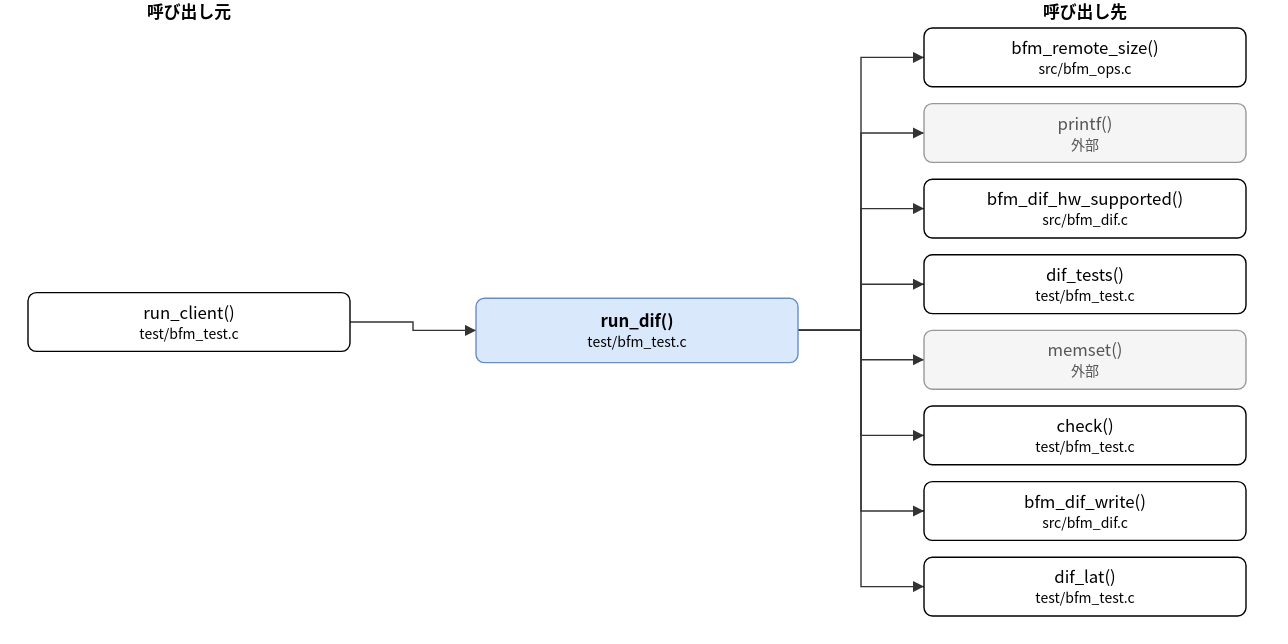
Before: doc/spec/images/call_test_bfm_test-run_dif.drawio.svg, a diagram exported from draw.io (hf355051012-ai/bfmem). Source tidied: cells renumbered, new cells last; positions are measured from the earlier drawing's top-left corner, leaving out a move shared by most shapes.
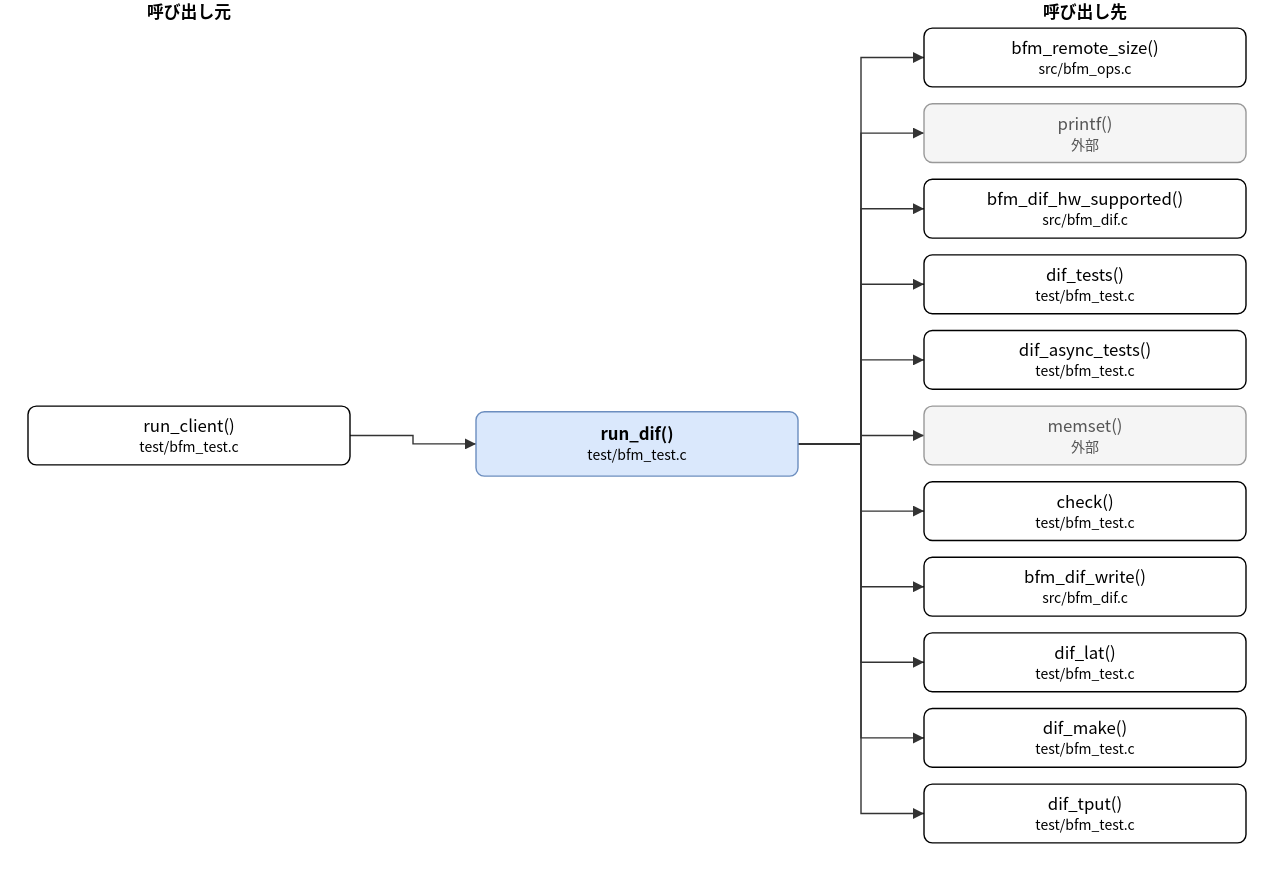
After the commit.

What changed in the source:
```diff
@@ -3,10 +3,10 @@
     <mxCell id="0" />
     <mxCell id="1" parent="0" />
     <mxCell id="2" value="run_dif()&lt;br&gt;&lt;font style=&quot;font-size:10px&quot;&gt;test/bfm_test.c&lt;/font&gt;" style="rounded=1;whiteSpace=wrap;html=1;fillColor=#dae8fc;strokeColor=#6c8ebf;fontStyle=1;" parent="1" vertex="1">
-      <mxGeometry x="320" y="213" width="230" height="46" as="geometry" />
+      <mxGeometry x="320" y="294" width="230" height="46" as="geometry" />
     </mxCell>
     <mxCell id="3" value="run_client()&lt;br&gt;&lt;font style=&quot;font-size:10px&quot;&gt;test/bfm_test.c&lt;/font&gt;" style="rounded=1;whiteSpace=wrap;html=1;" parent="1" vertex="1">
-      <mxGeometry y="209" width="230" height="42" as="geometry" />
+      <mxGeometry y="290" width="230" height="42" as="geometry" />
     </mxCell>
     <mxCell id="4" value="bfm_remote_size()&lt;br&gt;&lt;font style=&quot;font-size:10px&quot;&gt;src/bfm_ops.c&lt;/font&gt;" style="rounded=1;whiteSpace=wrap;html=1;" parent="1" vertex="1">
       <mxGeometry x="640" y="20" width="230" height="42" as="geometry" />
@@ -20,30 +20,39 @@
     <mxCell id="7" value="dif_tests()&lt;br&gt;&lt;font style=&quot;font-size:10px&quot;&gt;test/bfm_test.c&lt;/font&gt;" style="rounded=1;whiteSpace=wrap;html=1;" parent="1" vertex="1">
       <mxGeometry x="640" y="182" width="230" height="42" as="geometry" />
     </mxCell>
-    <mxCell id="8" value="memset()&lt;br&gt;&lt;font style=&quot;font-size:10px&quot;&gt;外部&lt;/font&gt;" style="rounded=1;whiteSpace=wrap;html=1;fillColor=#f5f5f5;strokeColor=#999999;fontColor=#555555;" parent="1" vertex="1">
+    <mxCell id="8" value="dif_async_tests()&lt;br&gt;&lt;font style=&quot;font-size:10px&quot;&gt;test/bfm_test.c&lt;/font&gt;" style="rounded=1;whiteSpace=wrap;html=1;" parent="1" vertex="1">
       <mxGeometry x="640" y="236" width="230" height="42" as="geometry" />
     </mxCell>
-    <mxCell id="9" value="check()&lt;br&gt;&lt;font style=&quot;font-size:10px&quot;&gt;test/bfm_test.c&lt;/font&gt;" style="rounded=1;whiteSpace=wrap;html=1;" parent="1" vertex="1">
+    <mxCell id="9" value="memset()&lt;br&gt;&lt;font style=&quot;font-size:10px&quot;&gt;外部&lt;/font&gt;" style="rounded=1;whiteSpace=wrap;html=1;fillColor=#f5f5f5;strokeColor=#999999;fontColor=#555555;" parent="1" vertex="1">
       <mxGeometry x="640" y="290" width="230" height="42" as="geometry" />
     </mxCell>
-    <mxCell id="10" value="bfm_dif_write()&lt;br&gt;&lt;font style=&quot;font-size:10px&quot;&gt;src/bfm_dif.c&lt;/font&gt;" style="rounded=1;whiteSpace=wrap;html=1;" parent="1" vertex="1">
+    <mxCell id="10" value="check()&lt;br&gt;&lt;font style=&quot;font-size:10px&quot;&gt;test/bfm_test.c&lt;/font&gt;" style="rounded=1;whiteSpace=wrap;html=1;" parent="1" vertex="1">
       <mxGeometry x="640" y="344" width="230" height="42" as="geometry" />
     </mxCell>
-    <mxCell id="11" value="dif_lat()&lt;br&gt;&lt;font style=&quot;font-size:10px&quot;&gt;test/bfm_test.c&lt;/font&gt;" style="rounded=1;whiteSpace=wrap;html=1;" parent="1" vertex="1">
+    <mxCell id="11" value="bfm_dif_write()&lt;br&gt;&lt;font style=&quot;font-size:10px&quot;&gt;src/bfm_dif.c&lt;/font&gt;" style="rounded=1;whiteSpace=wrap;html=1;" parent="1" vertex="1">
       <mxGeometry x="640" y="398" width="230" height="42" as="geometry" />
     </mxCell>
+    <mxCell id="23" value="dif_lat()&lt;br&gt;&lt;font style=&quot;font-size:10px&quot;&gt;test/bfm_test.c&lt;/font&gt;" style="rounded=1;whiteSpace=wrap;html=1;" parent="1" vertex="1">
+      <mxGeometry x="640" y="452" width="230" height="42" as="geometry" />
+    </mxCell>
+    <mxCell id="24" value="dif_make()&lt;br&gt;&lt;font style=&quot;font-size:10px&quot;&gt;test/bfm_test.c&lt;/font&gt;" style="rounded=1;whiteSpace=wrap;html=1;" parent="1" vertex="1">
+      <mxGeometry x="640" y="506" width="230" height="42" as="geometry" />
+    </mxCell>
+    <mxCell id="25" value="dif_tput()&lt;br&gt;&lt;font style=&quot;font-size:10px&quot;&gt;test/bfm_test.c&lt;/font&gt;" style="rounded=1;whiteSpace=wrap;html=1;" parent="1" vertex="1">
+      <mxGeometry x="640" y="560" width="230" height="42" as="geometry" />
+    </mxCell>
     <mxCell id="12" style="edgeStyle=none;html=1;rounded=0;endArrow=block;endFill=1;exitX=1.0000;exitY=0.5000;exitDx=0;exitDy=0;exitPerimeter=0;entryX=0.0000;entryY=0.5000;entryDx=0;entryDy=0;entryPerimeter=0;" parent="1" edge="1" source="3" target="2">
       <mxGeometry relative="1" as="geometry">
         <Array as="points">
-          <mxPoint x="275" y="230" />
-          <mxPoint x="275" y="236" />
+          <mxPoint x="275" y="311" />
+          <mxPoint x="275" y="317" />
         </Array>
       </mxGeometry>
     </mxCell>
     <mxCell id="13" style="edgeStyle=none;html=1;rounded=0;endArrow=block;endFill=1;exitX=1.0000;exitY=0.5000;exitDx=0;exitDy=0;exitPerimeter=0;entryX=0.0000;entryY=0.5000;entryDx=0;entryDy=0;entryPerimeter=0;" parent="1" edge="1" source="2" target="4">
       <mxGeometry relative="1" as="geometry">
         <Array as="points">
-          <mxPoint x="595" y="236" />
+          <mxPoint x="595" y="317" />
           <mxPoint x="595" y="41" />
         </Array>
       </mxGeometry>
@@ -51,7 +60,7 @@
     <mxCell id="14" style="edgeStyle=none;html=1;rounded=0;endArrow=block;endFill=1;exitX=1.0000;exitY=0.5000;exitDx=0;exitDy=0;exitPerimeter=0;entryX=0.0000;entryY=0.5000;entryDx=0;entryDy=0;entryPerimeter=0;" parent="1" edge="1" source="2" target="5">
       <mxGeometry relative="1" as="geometry">
         <Array as="points">
-          <mxPoint x="595" y="236" />
+          <mxPoint x="595" y="317" />
           <mxPoint x="595" y="95" />
         </Array>
       </mxGeometry>
@@ -59,7 +68,7 @@
     <mxCell id="15" style="edgeStyle=none;html=1;rounded=0;endArrow=block;endFill=1;exitX=1.0000;exitY=0.5000;exitDx=0;exitDy=0;exitPerimeter=0;entryX=0.0000;entryY=0.5000;entryDx=0;entryDy=0;entryPerimeter=0;" parent="1" edge="1" source="2" target="6">
       <mxGeometry relative="1" as="geometry">
         <Array as="points">
-          <mxPoint x="595" y="236" />
+          <mxPoint x="595" y="317" />
           <mxPoint x="595" y="149" />
         </Array>
       </mxGeometry>
@@ -67,7 +76,7 @@
     <mxCell id="16" style="edgeStyle=none;html=1;rounded=0;endArrow=block;endFill=1;exitX=1.0000;exitY=0.5000;exitDx=0;exitDy=0;exitPerimeter=0;entryX=0.0000;entryY=0.5000;entryDx=0;entryDy=0;entryPerimeter=0;" parent="1" edge="1" source="2" target="7">
       <mxGeometry relative="1" as="geometry">
         <Array as="points">
-          <mxPoint x="595" y="236" />
+          <mxPoint x="595" y="317" />
           <mxPoint x="595" y="203" />
         </Array>
       </mxGeometry>
@@ -75,7 +84,7 @@
     <mxCell id="17" style="edgeStyle=none;html=1;rounded=0;endArrow=block;endFill=1;exitX=1.0000;exitY=0.5000;exitDx=0;exitDy=0;exitPerimeter=0;entryX=0.0000;entryY=0.5000;entryDx=0;entryDy=0;entryPerimeter=0;" parent="1" edge="1" source="2" target="8">
       <mxGeometry relative="1" as="geometry">
         <Array as="points">
-          <mxPoint x="595" y="236" />
+          <mxPoint x="595" y="317" />
           <mxPoint x="595" y="257" />
         </Array>
       </mxGeometry>
@@ -83,7 +92,7 @@
     <mxCell id="18" style="edgeStyle=none;html=1;rounded=0;endArrow=block;endFill=1;exitX=1.0000;exitY=0.5000;exitDx=0;exitDy=0;exitPerimeter=0;entryX=0.0000;entryY=0.5000;entryDx=0;entryDy=0;entryPerimeter=0;" parent="1" edge="1" source="2" target="9">
       <mxGeometry relative="1" as="geometry">
         <Array as="points">
-          <mxPoint x="595" y="236" />
+          <mxPoint x="595" y="317" />
           <mxPoint x="595" y="311" />
         </Array>
       </mxGeometry>
@@ -91,7 +100,7 @@
     <mxCell id="19" style="edgeStyle=none;html=1;rounded=0;endArrow=block;endFill=1;exitX=1.0000;exitY=0.5000;exitDx=0;exitDy=0;exitPerimeter=0;entryX=0.0000;entryY=0.5000;entryDx=0;entryDy=0;entryPerimeter=0;" parent="1" edge="1" source="2" target="10">
       <mxGeometry relative="1" as="geometry">
         <Array as="points">
-          <mxPoint x="595" y="236" />
+          <mxPoint x="595" y="317" />
           <mxPoint x="595" y="365" />
         </Array>
       </mxGeometry>
@@ -99,11 +108,35 @@
     <mxCell id="20" style="edgeStyle=none;html=1;rounded=0;endArrow=block;endFill=1;exitX=1.0000;exitY=0.5000;exitDx=0;exitDy=0;exitPerimeter=0;entryX=0.0000;entryY=0.5000;entryDx=0;entryDy=0;entryPerimeter=0;" parent="1" edge="1" source="2" target="11">
       <mxGeometry relative="1" as="geometry">
         <Array as="points">
-          <mxPoint x="595" y="236" />
+          <mxPoint x="595" y="317" />
           <mxPoint x="595" y="419" />
         </Array>
       </mxGeometry>
     </mxCell>
+    <mxCell id="26" style="edgeStyle=none;html=1;rounded=0;endArrow=block;endFill=1;exitX=1.0000;exitY=0.5000;exitDx=0;exitDy=0;exitPerimeter=0;entryX=0.0000;entryY=0.5000;entryDx=0;entryDy=0;entryPerimeter=0;" parent="1" edge="1" source="2" target="23">
+      <mxGeometry relative="1" as="geometry">
+        <Array as="points">
+          <mxPoint x="595" y="317" />
+          <mxPoint x="595" y="473" />
+        </Array>
+      </mxGeometry>
+    </mxCell>
+    <mxCell id="27" style="edgeStyle=none;html=1;rounded=0;endArrow=block;endFill=1;exitX=1.0000;exitY=0.5000;exitDx=0;exitDy=0;exitPerimeter=0;entryX=0.0000;entryY=0.5000;entryDx=0;entryDy=0;entryPerimeter=0;" parent="1" edge="1" source="2" target="24">
+      <mxGeometry relative="1" as="geometry">
+        <Array as="points">
+          <mxPoint x="595" y="317" />
+          <mxPoint x="595" y="527" />
+        </Array>
+      </mxGeometry>
+    </mxCell>
+    <mxCell id="28" style="edgeStyle=none;html=1;rounded=0;endArrow=block;endFill=1;exitX=1.0000;exitY=0.5000;exitDx=0;exitDy=0;exitPerimeter=0;entryX=0.0000;entryY=0.5000;entryDx=0;entryDy=0;entryPerimeter=0;" parent="1" edge="1" source="2" target="25">
+      <mxGeometry relative="1" as="geometry">
+        <Array as="points">
+          <mxPoint x="595" y="317" />
+          <mxPoint x="595" y="581" />
+        </Array>
+      </mxGeometry>
+    </mxCell>
     <mxCell id="21" value="呼び出し元" style="text;html=1;align=center;fontStyle=1;" parent="1" vertex="1">
       <mxGeometry x="35" width="160" height="18" as="geometry" />
     </mxCell>
```
